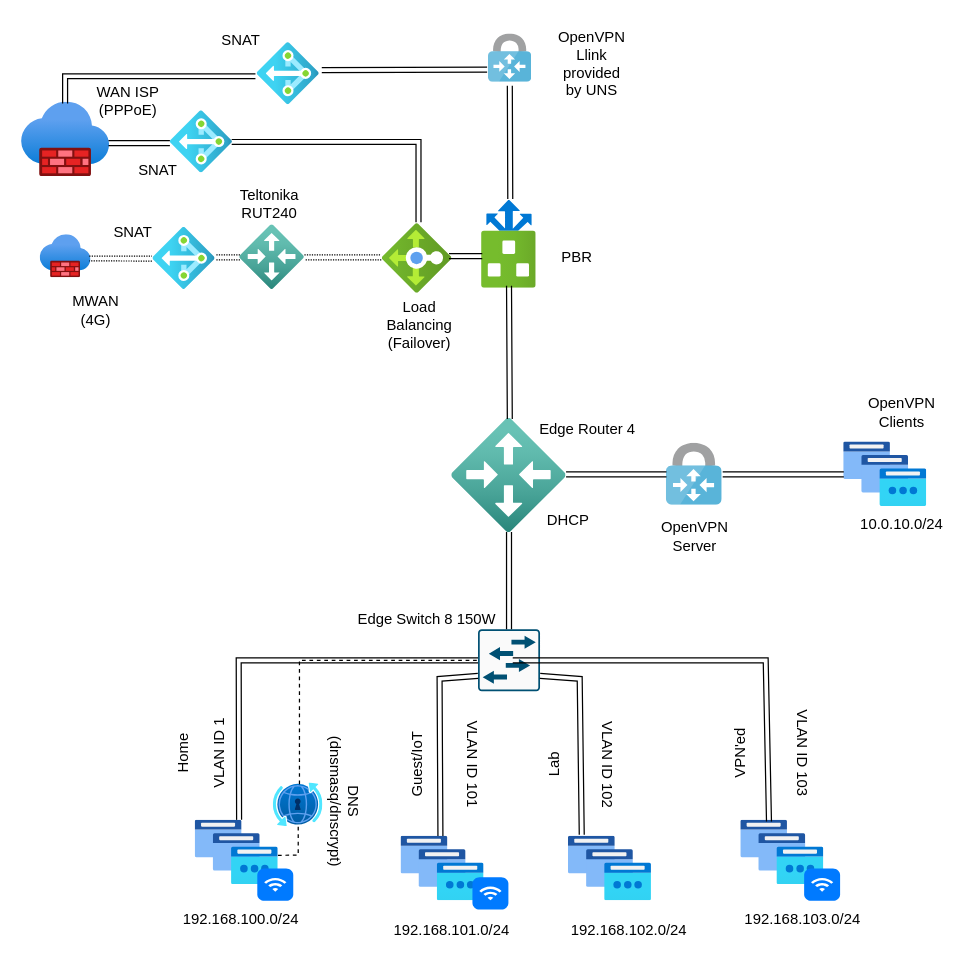
The draw.io diagram assets/Munz_Network.drawio in r2munz/r2munz.github.io, before the edit. Source tidied: cells renumbered, new cells numbered last; positions are measured from the earlier drawing's top-left corner, leaving out a move shared by most shapes. Both pictures are drawn from the tidied source at 124%, with x=0, y=0 at pixel (21, 21).
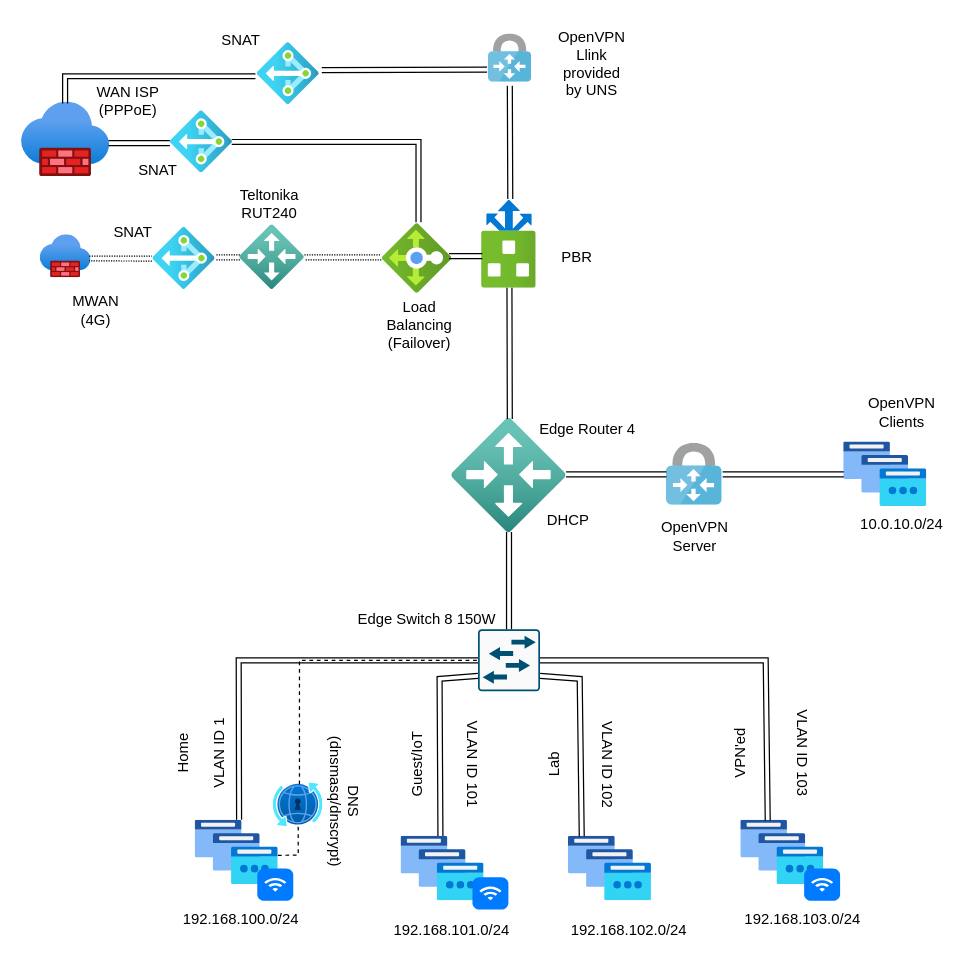
The same page after the edit.

Commit message (it also covers changes not shown here):
Network Diagram refined

Unchanged cells that the change refers to:
```xml
<mxCell id="2" style="image;html=1;points=[];align=center;fontSize=12;image=img/lib/azure2/networking/Local_Network_Gateways.svg;" parent="1" vertex="1">
  <mxGeometry x="347" y="320" width="92" height="92" as="geometry" />
</mxCell>
<mxCell id="5" style="image;html=1;points=[];align=center;fontSize=12;image=img/lib/azure2/networking/IP_Groups.svg;" parent="1" vertex="1">
  <mxGeometry x="441" y="657" width="67" height="52" as="geometry" />
</mxCell>
<mxCell id="6" style="image;html=1;points=[];align=center;fontSize=12;image=img/lib/azure2/networking/IP_Groups.svg;" parent="1" vertex="1">
  <mxGeometry x="580" y="644" width="67" height="52" as="geometry" />
</mxCell>
<mxCell id="14" style="sketch=0;points=[[0.015,0.015,0],[0.985,0.015,0],[0.985,0.985,0],[0.015,0.985,0],[0.25,0,0],[0.5,0,0],[0.75,0,0],[1,0.25,0],[1,0.5,0],[1,0.75,0],[0.75,1,0],[0.5,1,0],[0.25,1,0],[0,0.75,0],[0,0.5,0],[0,0.25,0]];verticalLabelPosition=bottom;html=1;verticalAlign=top;align=center;shape=mxgraph.cisco19.rect;prIcon=l2_switch;fillColor=#FAFAFA;strokeColor=#005073;" parent="1" vertex="1">
  <mxGeometry x="368" y="490" width="50" height="50" as="geometry" />
</mxCell>
<mxCell id="19" style="image;html=1;points=[];align=center;fontSize=12;image=img/lib/azure2/networking/Route_Filters.svg;direction=north;" parent="1" vertex="1">
  <mxGeometry x="371" y="143" width="44" height="71" as="geometry" />
</mxCell>
```

Change to the diagram source:
```diff
@@
-    <mxCell id="27" style="shape=link;html=1;rounded=0;exitX=1;exitY=0.75;exitDx=0;exitDy=0;exitPerimeter=0;entryX=0.159;entryY=-0.026;entryDx=0;entryDy=0;entryPerimeter=0;" parent="1" edge="1" source="14" target="5">
+    <mxCell id="27" style="shape=link;html=1;rounded=0;exitX=1;exitY=0.75;exitDx=0;exitDy=0;exitPerimeter=0;entryX=0.159;entryY=0;entryDx=0;entryDy=0;entryPerimeter=0;" parent="1" edge="1" source="14" target="5">
       <mxGeometry relative="1" as="geometry">
         <Array as="points">
           <mxPoint x="450" y="530" />
         </Array>
       </mxGeometry>
     </mxCell>
-    <mxCell id="28" style="shape=link;html=1;rounded=0;exitX=1;exitY=0.5;exitDx=0;exitDy=0;exitPerimeter=0;entryX=0.338;entryY=0.019;entryDx=0;entryDy=0;entryPerimeter=0;" parent="1" edge="1" target="6">
+    <mxCell id="28" style="shape=link;html=1;rounded=0;entryX=0.323;entryY=0.006;entryDx=0;entryDy=0;entryPerimeter=0;exitX=1;exitY=0.5;exitDx=0;exitDy=0;exitPerimeter=0;" parent="1" edge="1" source="14" target="6">
       <mxGeometry relative="1" as="geometry">
-        <mxPoint x="396" y="515" as="sourcePoint" />
         <Array as="points">
           <mxPoint x="600" y="515" />
         </Array>
       </mxGeometry>
     </mxCell>
-    <mxCell id="29" style="shape=link;html=1;rounded=0;entryX=0.014;entryY=0.5;entryDx=0;entryDy=0;entryPerimeter=0;exitX=0.507;exitY=0.004;exitDx=0;exitDy=0;exitPerimeter=0;" parent="1" edge="1" source="2" target="19">
+    <mxCell id="29" style="shape=link;html=1;rounded=0;entryX=-0.009;entryY=0.508;entryDx=0;entryDy=0;entryPerimeter=0;exitX=0.507;exitY=0.004;exitDx=0;exitDy=0;exitPerimeter=0;" parent="1" edge="1" source="2" target="19">
       <mxGeometry relative="1" as="geometry" />
     </mxCell>
```
